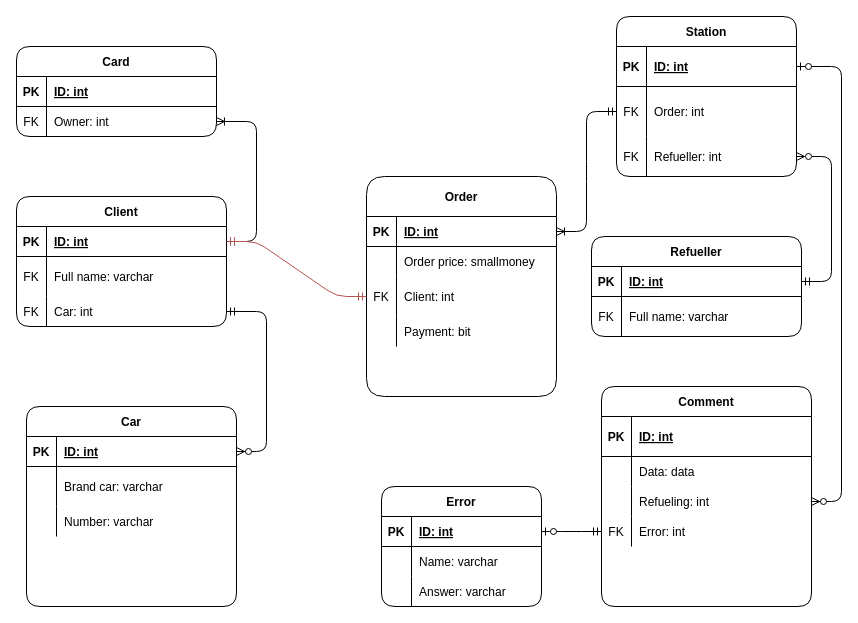
Above: page "Physical" (2 of 2) of Diagrams/ERD.drawio in aleksey899/gas-station (draw.io), before the change. Source tidied: cells renumbered, new cells numbered last; positions are measured from the earlier drawing's top-left corner, leaving out a move shared by most shapes. Both pictures are drawn from the tidied source at 100%, with x=0, y=0 at pixel (16, 16).
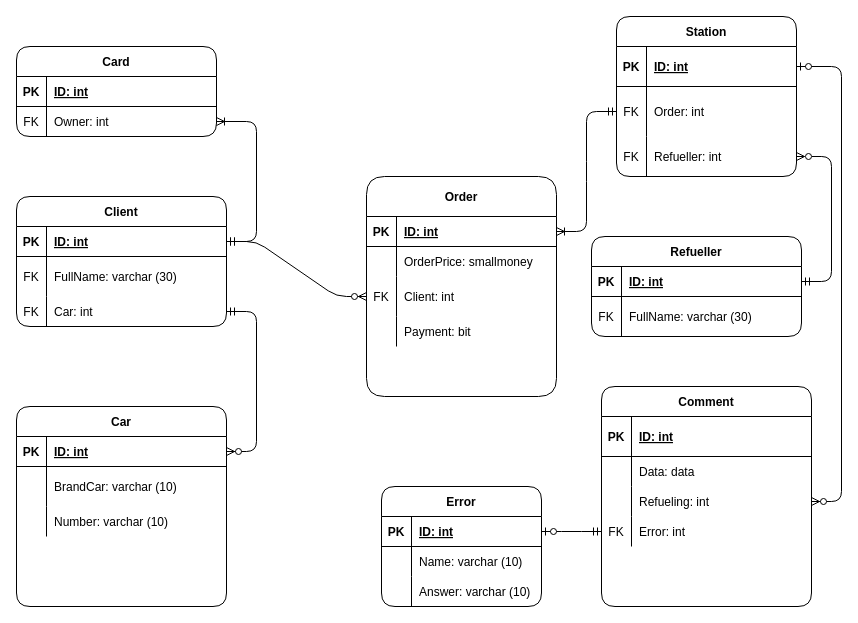
The same page after the edit.

Unchanged cells that the change refers to:
```xml
<mxCell id="17" style="shape=partialRectangle;fillColor=none;top=0;left=0;bottom=0;right=0;" parent="13" vertex="1">
  <mxGeometry y="60" width="160" height="30" as="geometry" />
</mxCell>
<mxCell id="20" style="shape=partialRectangle;fillColor=none;top=0;left=0;bottom=0;right=0;" parent="13" vertex="1">
  <mxGeometry y="90" width="160" height="30" as="geometry" />
</mxCell>
<mxCell id="27" style="shape=partialRectangle;fillColor=none;top=0;left=0;bottom=0;right=0;" parent="23" vertex="1">
  <mxGeometry y="70" width="190" height="30" as="geometry" />
</mxCell>
<mxCell id="30" style="shape=partialRectangle;fillColor=none;top=0;left=0;bottom=0;right=0;points=[[0,0.5],[1,0.5]];portConstraint=eastwest;" parent="23" vertex="1">
  <mxGeometry y="100" width="190" height="40" as="geometry" />
</mxCell>
<mxCell id="57" style="shape=partialRectangle;fillColor=none;points=[[0,0.5],[1,0.5]];portConstraint=eastwest;top=0;left=0;right=0;bottom=1;" parent="56" vertex="1">
  <mxGeometry y="30" width="210" height="30" as="geometry" />
</mxCell>
<mxCell id="60" style="shape=partialRectangle;fillColor=none;top=0;left=0;right=0;bottom=0;" parent="56" vertex="1">
  <mxGeometry y="60" width="210" height="40" as="geometry" />
</mxCell>
<mxCell id="70" style="shape=partialRectangle;fillColor=none;top=0;left=0;right=0;bottom=0;" parent="66" vertex="1">
  <mxGeometry y="60" width="210" height="40" as="geometry" />
</mxCell>
<mxCell id="73" style="shape=partialRectangle;fillColor=none;top=0;left=0;bottom=0;right=0;" parent="66" vertex="1">
  <mxGeometry y="100" width="210" height="30" as="geometry" />
</mxCell>
<mxCell id="80" style="shape=partialRectangle;fillColor=none;top=0;left=0;right=0;bottom=0;" parent="76" vertex="1">
  <mxGeometry y="60" width="210" height="40" as="geometry" />
</mxCell>
```

Change to the diagram source:
```diff
@@
-    <mxCell id="19" value="Name: varchar" style="shape=partialRectangle;fillColor=none;top=0;left=0;bottom=0;right=0;align=left;spacingLeft=6;overflow=hidden;" parent="17" vertex="1">
+    <mxCell id="19" value="Name: varchar (10)" style="shape=partialRectangle;fillColor=none;top=0;left=0;bottom=0;right=0;align=left;spacingLeft=6;overflow=hidden;" parent="17" vertex="1">
       <mxGeometry x="30" width="130" height="30" as="geometry" />
     </mxCell>
@@
-    <mxCell id="22" value="Answer: varchar" style="shape=partialRectangle;fillColor=none;top=0;left=0;bottom=0;right=0;align=left;spacingLeft=6;overflow=hidden;" parent="20" vertex="1">
+    <mxCell id="22" value="Answer: varchar (10)" style="shape=partialRectangle;fillColor=none;top=0;left=0;bottom=0;right=0;align=left;spacingLeft=6;overflow=hidden;" parent="20" vertex="1">
       <mxGeometry x="30" width="130" height="30" as="geometry" />
     </mxCell>
@@
-    <mxCell id="29" value="Order price: smallmoney" style="shape=partialRectangle;fillColor=none;top=0;left=0;bottom=0;right=0;align=left;spacingLeft=6;overflow=hidden;" parent="27" vertex="1">
+    <mxCell id="29" value="OrderPrice: smallmoney" style="shape=partialRectangle;fillColor=none;top=0;left=0;bottom=0;right=0;align=left;spacingLeft=6;overflow=hidden;" parent="27" vertex="1">
       <mxGeometry x="30" width="160" height="30" as="geometry" />
     </mxCell>
@@
-    <mxCell id="62" value="Full name: varchar" style="shape=partialRectangle;overflow=hidden;fillColor=none;top=0;left=0;bottom=0;right=0;align=left;spacingLeft=6;" parent="60" vertex="1">
+    <mxCell id="62" value="FullName: varchar (30)" style="shape=partialRectangle;overflow=hidden;fillColor=none;top=0;left=0;bottom=0;right=0;align=left;spacingLeft=6;" parent="60" vertex="1">
       <mxGeometry x="30" width="180" height="40" as="geometry" />
     </mxCell>
@@
     <mxCell id="66" value="Car" style="shape=table;startSize=30;childLayout=tableLayout;rowLines=0;fontStyle=1;align=center;rounded=1;" parent="1" vertex="1">
-      <mxGeometry x="10" y="390" width="210" height="200" as="geometry" />
+      <mxGeometry y="390" width="210" height="200" as="geometry" />
     </mxCell>
@@
-    <mxCell id="72" value="Brand car: varchar" style="shape=partialRectangle;overflow=hidden;fillColor=none;top=0;left=0;bottom=0;right=0;align=left;spacingLeft=6;" parent="70" vertex="1">
+    <mxCell id="72" value="BrandСar: varchar (10)" style="shape=partialRectangle;overflow=hidden;fillColor=none;top=0;left=0;bottom=0;right=0;align=left;spacingLeft=6;" parent="70" vertex="1">
       <mxGeometry x="30" width="180" height="40" as="geometry" />
     </mxCell>
@@
-    <mxCell id="75" value="Number: varchar" style="shape=partialRectangle;fillColor=none;top=0;left=0;bottom=0;right=0;align=left;spacingLeft=6;overflow=hidden;" parent="73" vertex="1">
+    <mxCell id="75" value="Number: varchar (10)" style="shape=partialRectangle;fillColor=none;top=0;left=0;bottom=0;right=0;align=left;spacingLeft=6;overflow=hidden;" parent="73" vertex="1">
       <mxGeometry x="30" width="180" height="30" as="geometry" />
     </mxCell>
@@
-    <mxCell id="82" value="Full name: varchar" style="shape=partialRectangle;overflow=hidden;fillColor=none;top=0;left=0;bottom=0;right=0;align=left;spacingLeft=6;" parent="80" vertex="1">
+    <mxCell id="82" value="FullName: varchar (30)" style="shape=partialRectangle;overflow=hidden;fillColor=none;top=0;left=0;bottom=0;right=0;align=left;spacingLeft=6;" parent="80" vertex="1">
       <mxGeometry x="30" width="180" height="40" as="geometry" />
     </mxCell>
@@
-    <mxCell id="87" style="edgeStyle=entityRelationEdgeStyle;fontSize=12;html=1;endArrow=ERmandOne;endFill=0;strokeColor=#b85450;startArrow=ERmandOne;startFill=0;fillColor=#f8cecc;" parent="1" edge="1" source="57" target="30">
+    <mxCell id="87" style="edgeStyle=entityRelationEdgeStyle;fontSize=12;html=1;endArrow=ERzeroToMany;endFill=1;startArrow=ERmandOne;startFill=0;fillColor=#f8cecc;" parent="1" edge="1" source="57" target="30">
       <mxGeometry relative="1" as="geometry" />
     </mxCell>
```
